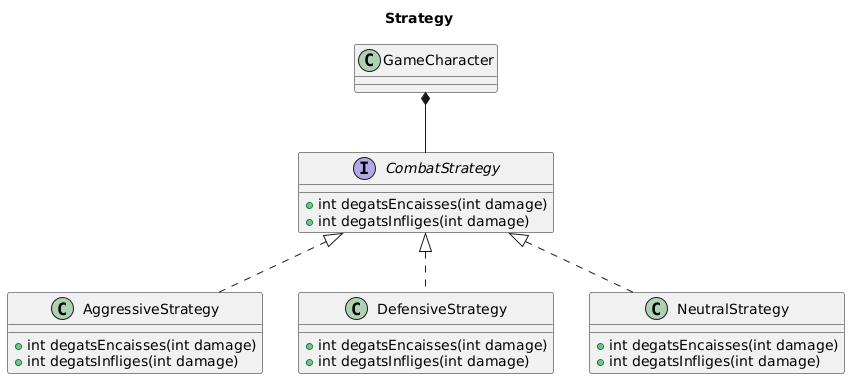
Earlier version of the PlantUML export diagrammesUML/strategy.png (mat5711/RPG_DesignPatterns).
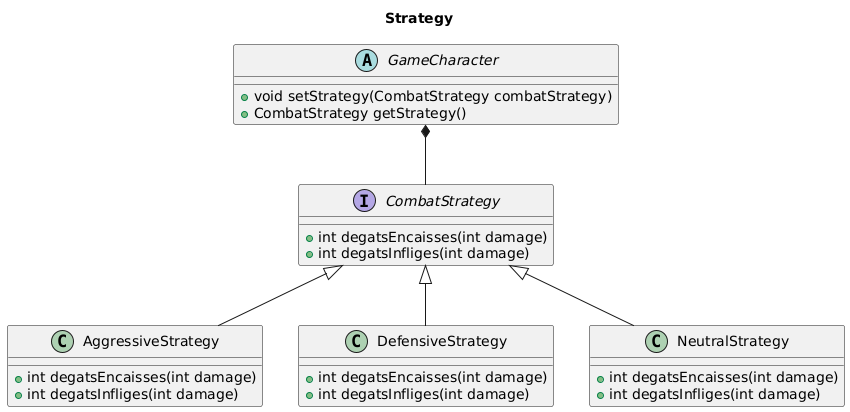
After the commit.

Diff of the diagram source:
```diff
@@ -1,7 +1,10 @@
 @startuml
 title Strategy
 
-    class GameCharacter{}
+    abstract class GameCharacter{
+       + void setStrategy(CombatStrategy combatStrategy)
+       + CombatStrategy getStrategy()
+    }
 
     interface CombatStrategy {
         + int degatsEncaisses(int damage)
@@ -25,7 +28,7 @@
 
     GameCharacter *-- CombatStrategy
 
-    CombatStrategy <|.. AggressiveStrategy
-    CombatStrategy <|.. DefensiveStrategy
-    CombatStrategy <|.. NeutralStrategy
+    CombatStrategy <|-- AggressiveStrategy
+    CombatStrategy <|-- DefensiveStrategy
+    CombatStrategy <|-- NeutralStrategy
 @enduml
```
